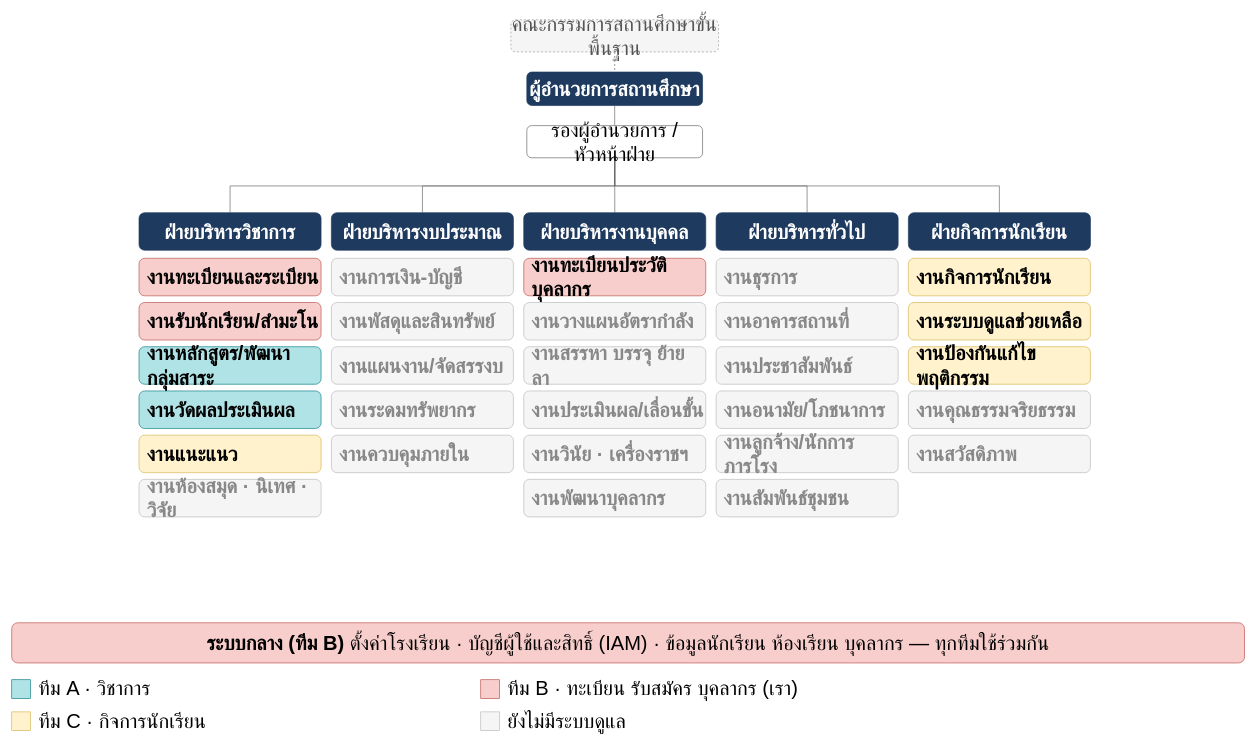
RealTiraqmisu/SchoolDark keeps this draw.io diagram as page "1 ฝ่ายงาน · 16:9 + ทีม" (5 of 18) of materials/doc/ver-present/2026-11-11-thai-school-staff-structure.drawio. Above is the earlier version. Source tidied: cells renumbered, new cells numbered last; positions are measured from the earlier drawing's top-left corner, leaving out a move shared by most shapes. Both pictures are drawn from the tidied source at 67%, with x=0, y=0 at pixel (11, 19).
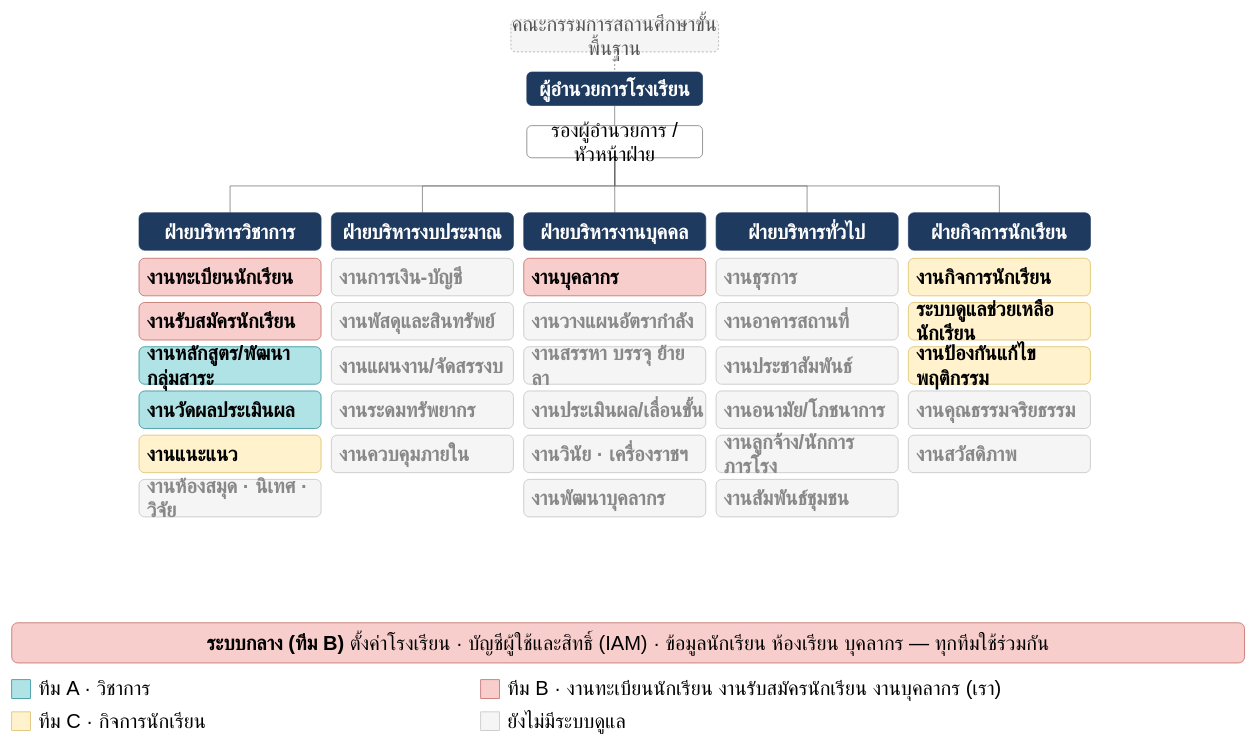
Above is the later version.

The edit, as a diff of the source:
```diff
@@
-    <mxCell id="7" value="ทีม B · ทะเบียน รับสมัคร บุคลากร (เรา)" style="text;html=1;align=left;verticalAlign=middle;fontFamily=TH SarabunPSK;fontSize=30;" parent="1" vertex="1">
+    <mxCell id="7" value="ทีม B · งานทะเบียนนักเรียน งานรับสมัครนักเรียน งานบุคลากร (เรา)" style="text;html=1;align=left;verticalAlign=middle;fontFamily=TH SarabunPSK;fontSize=30;" parent="1" vertex="1">
       <mxGeometry x="738" y="975" width="640" height="46" as="geometry" />
     </mxCell>
@@
-    <mxCell id="17" value="&lt;font color=&quot;#ffffff&quot;&gt;&lt;b&gt;ผู้อำนวยการสถานศึกษา&lt;/b&gt;&lt;/font&gt;" style="rounded=1;whiteSpace=wrap;html=1;fontFamily=TH SarabunPSK;fontSize=30;fillColor=#1f3a5f;strokeColor=#1f3a5f;fontColor=#ffffff;" parent="1" vertex="1">
+    <mxCell id="17" value="&lt;font color=&quot;#ffffff&quot;&gt;&lt;b&gt;ผู้อำนวยการโรงเรียน&lt;/b&gt;&lt;/font&gt;" style="rounded=1;whiteSpace=wrap;html=1;fontFamily=TH SarabunPSK;fontSize=30;fillColor=#1f3a5f;strokeColor=#1f3a5f;fontColor=#ffffff;" parent="1" vertex="1">
       <mxGeometry x="768.8" y="78" width="262.3" height="50" as="geometry" />
     </mxCell>
@@
-    <mxCell id="22" value="&lt;b&gt;งานทะเบียนและระเบียน&lt;/b&gt;" style="rounded=1;whiteSpace=wrap;html=1;fontFamily=TH SarabunPSK;fontSize=30;align=left;spacingLeft=10;fillColor=#f8cecc;strokeColor=#b85450;" parent="1" vertex="1">
+    <mxCell id="22" value="&lt;b&gt;งานทะเบียนนักเรียน&lt;/b&gt;" style="rounded=1;whiteSpace=wrap;html=1;fontFamily=TH SarabunPSK;fontSize=30;align=left;spacingLeft=10;fillColor=#f8cecc;strokeColor=#b85450;" parent="1" vertex="1">
       <mxGeometry x="190" y="356" width="271.7" height="56" as="geometry" />
     </mxCell>
-    <mxCell id="23" value="&lt;b&gt;งานรับนักเรียน/สำมะโน&lt;/b&gt;" style="rounded=1;whiteSpace=wrap;html=1;fontFamily=TH SarabunPSK;fontSize=30;align=left;spacingLeft=10;fillColor=#f8cecc;strokeColor=#b85450;" parent="1" vertex="1">
+    <mxCell id="23" value="&lt;b&gt;งานรับสมัครนักเรียน&lt;/b&gt;" style="rounded=1;whiteSpace=wrap;html=1;fontFamily=TH SarabunPSK;fontSize=30;align=left;spacingLeft=10;fillColor=#f8cecc;strokeColor=#b85450;" parent="1" vertex="1">
       <mxGeometry x="190" y="422" width="271.7" height="56" as="geometry" />
     </mxCell>
@@
-    <mxCell id="35" value="&lt;b&gt;งานทะเบียนประวัติบุคลากร&lt;/b&gt;" style="rounded=1;whiteSpace=wrap;html=1;fontFamily=TH SarabunPSK;fontSize=30;align=left;spacingLeft=10;fillColor=#f8cecc;strokeColor=#b85450;" parent="1" vertex="1">
+    <mxCell id="35" value="&lt;b&gt;งานบุคลากร&lt;/b&gt;" style="rounded=1;whiteSpace=wrap;html=1;fontFamily=TH SarabunPSK;fontSize=30;align=left;spacingLeft=10;fillColor=#f8cecc;strokeColor=#b85450;" parent="1" vertex="1">
       <mxGeometry x="764.2" y="356" width="271.7" height="56" as="geometry" />
     </mxCell>
@@
-    <mxCell id="50" value="&lt;b&gt;งานระบบดูแลช่วยเหลือ&lt;/b&gt;" style="rounded=1;whiteSpace=wrap;html=1;fontFamily=TH SarabunPSK;fontSize=30;align=left;spacingLeft=10;fillColor=#fff2cc;strokeColor=#d6b656;" parent="1" vertex="1">
+    <mxCell id="50" value="&lt;b&gt;ระบบดูแลช่วยเหลือนักเรียน&lt;/b&gt;" style="rounded=1;whiteSpace=wrap;html=1;fontFamily=TH SarabunPSK;fontSize=30;align=left;spacingLeft=10;fillColor=#fff2cc;strokeColor=#d6b656;" parent="1" vertex="1">
       <mxGeometry x="1338.3" y="422" width="271.7" height="56" as="geometry" />
     </mxCell>
```
